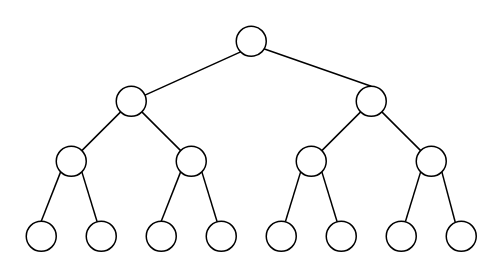
Above: 408DS/drawio.source/TREE_fullBinTree.drawio in woxQAQ/408 (draw.io), before the change. Source tidied: cells renumbered, new cells numbered last; positions are measured from the earlier drawing's top-left corner, leaving out a move shared by most shapes. Both pictures are drawn from the tidied source at 150%, with x=0, y=0 at pixel (26, 26).
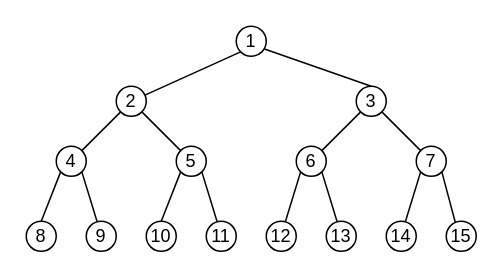
The same diagram, later.

Diff of the diagram source:
```diff
@@
-    <mxCell id="3" style="ellipse;whiteSpace=wrap;html=1;" parent="1" vertex="1">
+    <mxCell id="3" value="1" style="ellipse;whiteSpace=wrap;html=1;" parent="1" vertex="1">
       <mxGeometry x="140" width="20" height="20" as="geometry" />
     </mxCell>
@@
-    <mxCell id="7" style="ellipse;whiteSpace=wrap;html=1;" parent="1" vertex="1">
+    <mxCell id="7" value="3" style="ellipse;whiteSpace=wrap;html=1;" parent="1" vertex="1">
       <mxGeometry x="220" y="40" width="20" height="20" as="geometry" />
     </mxCell>
@@
-    <mxCell id="10" style="ellipse;whiteSpace=wrap;html=1;" parent="1" vertex="1">
+    <mxCell id="10" value="2" style="ellipse;whiteSpace=wrap;html=1;" parent="1" vertex="1">
       <mxGeometry x="60" y="40" width="20" height="20" as="geometry" />
     </mxCell>
@@
-    <mxCell id="13" style="ellipse;whiteSpace=wrap;html=1;" parent="1" vertex="1">
+    <mxCell id="13" value="4" style="ellipse;whiteSpace=wrap;html=1;" parent="1" vertex="1">
       <mxGeometry x="20" y="80" width="20" height="20" as="geometry" />
     </mxCell>
@@
-    <mxCell id="16" style="ellipse;whiteSpace=wrap;html=1;" parent="1" vertex="1">
+    <mxCell id="16" value="5" style="ellipse;whiteSpace=wrap;html=1;" parent="1" vertex="1">
       <mxGeometry x="100" y="80" width="20" height="20" as="geometry" />
     </mxCell>
@@
-    <mxCell id="19" style="ellipse;whiteSpace=wrap;html=1;" parent="1" vertex="1">
+    <mxCell id="19" value="6" style="ellipse;whiteSpace=wrap;html=1;" parent="1" vertex="1">
       <mxGeometry x="180" y="80" width="20" height="20" as="geometry" />
     </mxCell>
@@
-    <mxCell id="22" style="ellipse;whiteSpace=wrap;html=1;" parent="1" vertex="1">
+    <mxCell id="22" value="7" style="ellipse;whiteSpace=wrap;html=1;" parent="1" vertex="1">
       <mxGeometry x="260" y="80" width="20" height="20" as="geometry" />
     </mxCell>
-    <mxCell id="23" style="ellipse;whiteSpace=wrap;html=1;" parent="1" vertex="1">
+    <mxCell id="23" value="8" style="ellipse;whiteSpace=wrap;html=1;" parent="1" vertex="1">
       <mxGeometry y="130" width="20" height="20" as="geometry" />
     </mxCell>
-    <mxCell id="24" style="ellipse;whiteSpace=wrap;html=1;" parent="1" vertex="1">
+    <mxCell id="24" value="9" style="ellipse;whiteSpace=wrap;html=1;" parent="1" vertex="1">
       <mxGeometry x="40" y="130" width="20" height="20" as="geometry" />
     </mxCell>
-    <mxCell id="25" style="ellipse;whiteSpace=wrap;html=1;" parent="1" vertex="1">
+    <mxCell id="25" value="11" style="ellipse;whiteSpace=wrap;html=1;" parent="1" vertex="1">
       <mxGeometry x="120" y="130" width="20" height="20" as="geometry" />
     </mxCell>
-    <mxCell id="26" style="ellipse;whiteSpace=wrap;html=1;" parent="1" vertex="1">
+    <mxCell id="26" value="10" style="ellipse;whiteSpace=wrap;html=1;" parent="1" vertex="1">
       <mxGeometry x="80" y="130" width="20" height="20" as="geometry" />
     </mxCell>
-    <mxCell id="27" style="ellipse;whiteSpace=wrap;html=1;" parent="1" vertex="1">
+    <mxCell id="27" value="12" style="ellipse;whiteSpace=wrap;html=1;" parent="1" vertex="1">
       <mxGeometry x="160" y="130" width="20" height="20" as="geometry" />
     </mxCell>
-    <mxCell id="28" style="ellipse;whiteSpace=wrap;html=1;" parent="1" vertex="1">
+    <mxCell id="28" value="13" style="ellipse;whiteSpace=wrap;html=1;" parent="1" vertex="1">
       <mxGeometry x="200" y="130" width="20" height="20" as="geometry" />
     </mxCell>
-    <mxCell id="29" style="ellipse;whiteSpace=wrap;html=1;" parent="1" vertex="1">
+    <mxCell id="29" value="14" style="ellipse;whiteSpace=wrap;html=1;" parent="1" vertex="1">
       <mxGeometry x="240" y="130" width="20" height="20" as="geometry" />
     </mxCell>
-    <mxCell id="30" style="ellipse;whiteSpace=wrap;html=1;" parent="1" vertex="1">
+    <mxCell id="30" value="15" style="ellipse;whiteSpace=wrap;html=1;" parent="1" vertex="1">
       <mxGeometry x="280" y="130" width="20" height="20" as="geometry" />
     </mxCell>
```
